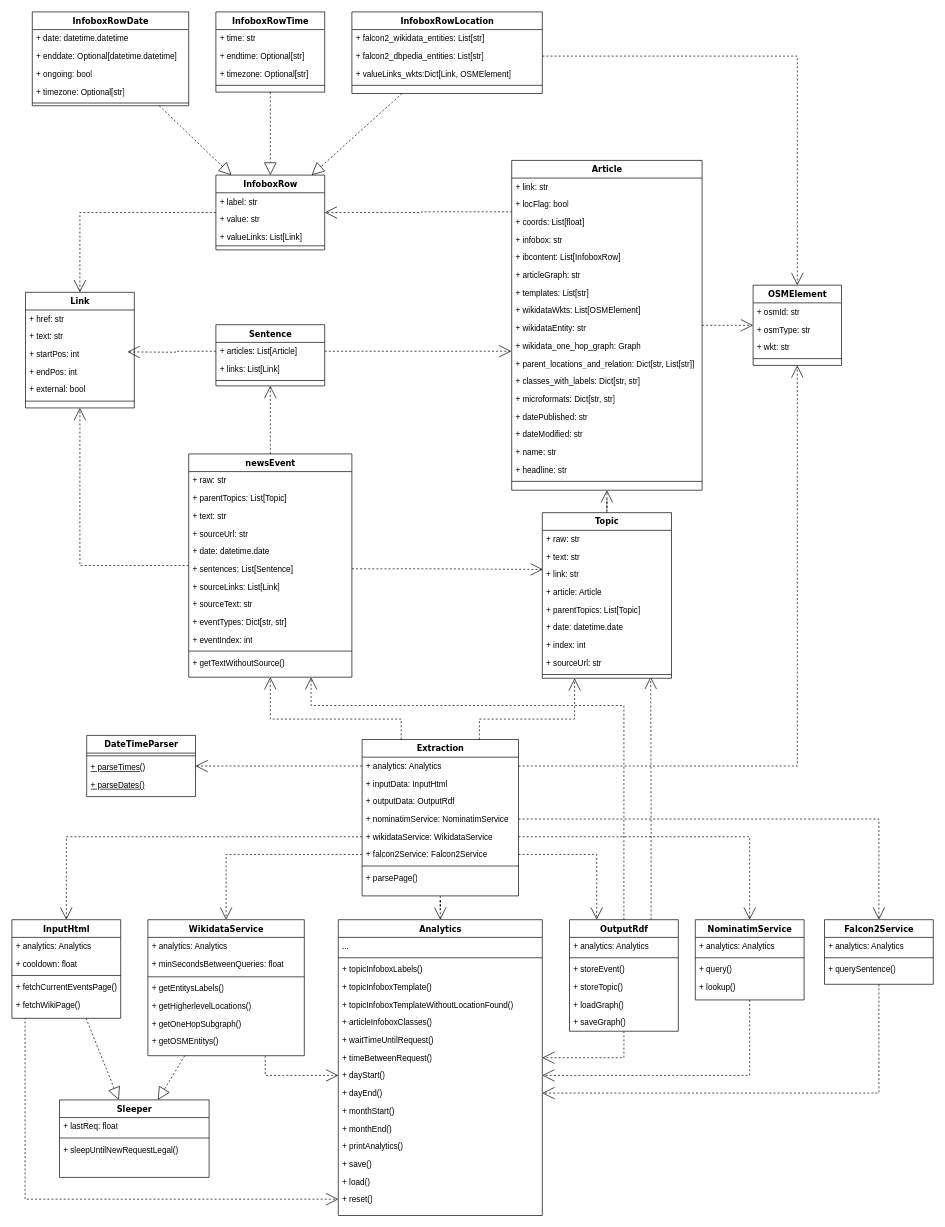
Before: docs/class_diagram.drawio in semantic-systems/current-events-to-kg, a draw.io diagram. Source tidied: cells renumbered, new cells numbered last; positions are measured from the earlier drawing's top-left corner, leaving out a move shared by most shapes. Both pictures are drawn from the tidied source at 68%, with x=0, y=0 at pixel (12, 12).
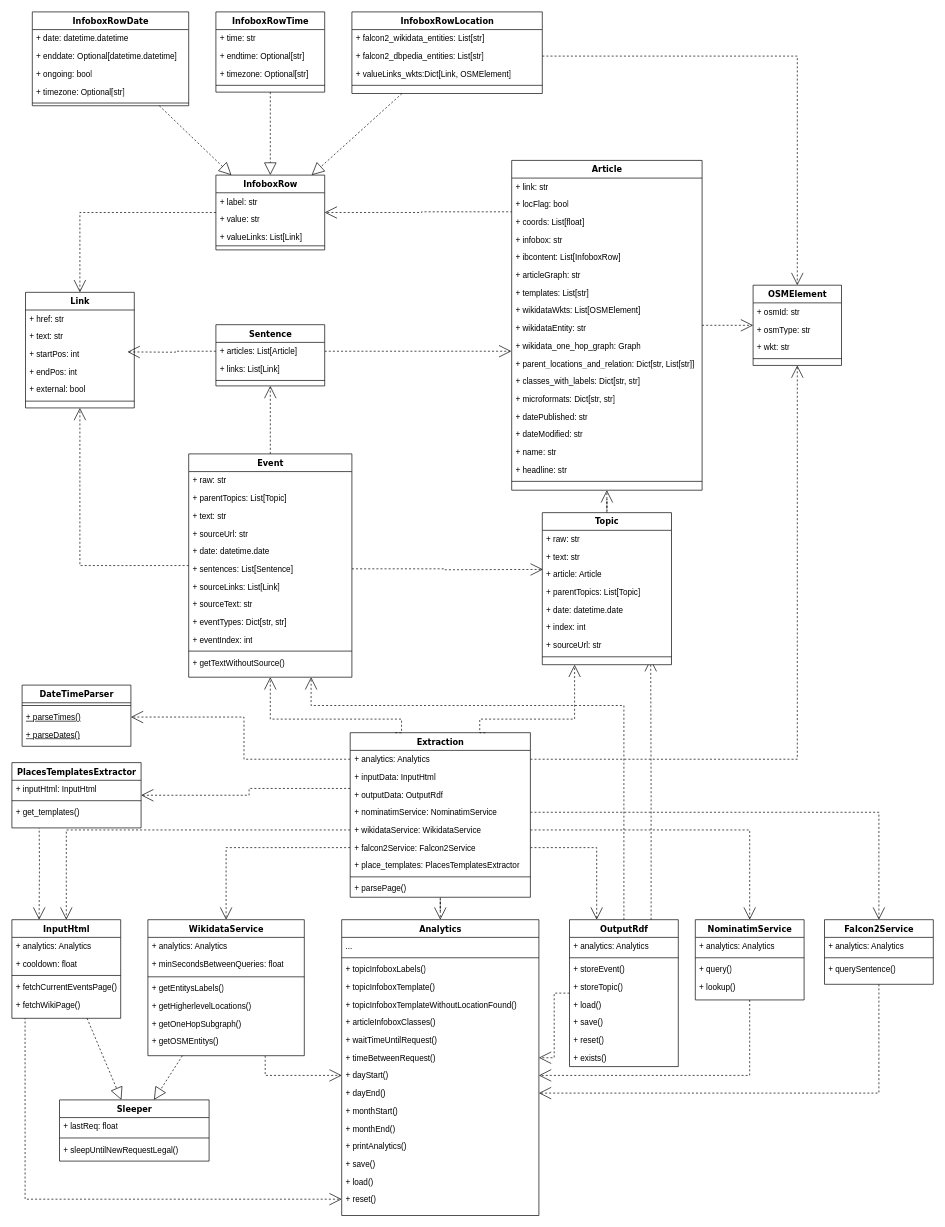
Above is the later version.

The change refers to these unchanged cells:
```xml
<mxCell id="49" value="InputHtml" style="swimlane;html=1;fontStyle=1;align=center;verticalAlign=top;horizontal=1;startSize=26;swimlaneFillColor=#ffffff;rounded=0;shadow=0;comic=0;labelBackgroundColor=none;strokeWidth=1;fillColor=none;fontFamily=Verdana;fontSize=12;" parent="1" vertex="1">
  <mxGeometry y="1335" width="160" height="145" as="geometry" />
</mxCell>
<mxCell id="122" value="+ sentences: List[Sentence]" style="text;html=1;strokeColor=none;fillColor=none;align=left;verticalAlign=top;spacingLeft=4;spacingRight=4;whiteSpace=wrap;overflow=hidden;points=[[0,0.5],[1,0.5]];portConstraint=eastwest;" parent="116" vertex="1">
  <mxGeometry y="156" width="240" height="26" as="geometry" />
</mxCell>
<mxCell id="168" value="&lt;u&gt;+ parseTimes()&lt;/u&gt;" style="text;html=1;strokeColor=none;fillColor=none;align=left;verticalAlign=top;spacingLeft=4;spacingRight=4;whiteSpace=wrap;overflow=hidden;points=[[0,0.5],[1,0.5]];portConstraint=eastwest;" parent="166" vertex="1">
  <mxGeometry y="34" width="160" height="26" as="geometry" />
</mxCell>
```

The edit, as a diff of the source:
```diff
@@
     <mxCell id="5" value="OutputRdf" style="swimlane;html=1;fontStyle=1;align=center;verticalAlign=top;horizontal=1;startSize=26;swimlaneFillColor=#ffffff;rounded=0;shadow=0;comic=0;labelBackgroundColor=none;strokeWidth=1;fillColor=none;fontFamily=Verdana;fontSize=12;" parent="1" vertex="1">
-      <mxGeometry x="820" y="1335" width="160" height="164" as="geometry" />
+      <mxGeometry x="820" y="1335" width="160" height="216" as="geometry" />
     </mxCell>
@@
-    <mxCell id="10" value="+ loadGraph()" style="text;html=1;strokeColor=none;fillColor=none;align=left;verticalAlign=top;spacingLeft=4;spacingRight=4;whiteSpace=wrap;overflow=hidden;" parent="5" vertex="1">
+    <mxCell id="10" value="+ load()" style="text;html=1;strokeColor=none;fillColor=none;align=left;verticalAlign=top;spacingLeft=4;spacingRight=4;whiteSpace=wrap;overflow=hidden;" parent="5" vertex="1">
       <mxGeometry y="112" width="160" height="26" as="geometry" />
     </mxCell>
+    <mxCell id="177" value="+ save()" style="text;html=1;strokeColor=none;fillColor=none;align=left;verticalAlign=top;spacingLeft=4;spacingRight=4;whiteSpace=wrap;overflow=hidden;" parent="5" vertex="1">
+      <mxGeometry y="138" width="160" height="26" as="geometry" />
+    </mxCell>
+    <mxCell id="178" value="+ reset()" style="text;html=1;strokeColor=none;fillColor=none;align=left;verticalAlign=top;spacingLeft=4;spacingRight=4;whiteSpace=wrap;overflow=hidden;" parent="5" vertex="1">
+      <mxGeometry y="164" width="160" height="26" as="geometry" />
+    </mxCell>
-    <mxCell id="11" value="+ saveGraph()" style="text;html=1;strokeColor=none;fillColor=none;align=left;verticalAlign=top;spacingLeft=4;spacingRight=4;whiteSpace=wrap;overflow=hidden;" parent="5" vertex="1">
-      <mxGeometry y="138" width="160" height="26" as="geometry" />
+    <mxCell id="11" value="+ exists()" style="text;html=1;strokeColor=none;fillColor=none;align=left;verticalAlign=top;spacingLeft=4;spacingRight=4;whiteSpace=wrap;overflow=hidden;" parent="5" vertex="1">
+      <mxGeometry y="190" width="160" height="26" as="geometry" />
     </mxCell>
@@
-    <mxCell id="18" style="edgeStyle=orthogonalEdgeStyle;shape=connector;rounded=0;jettySize=auto;html=1;dashed=1;labelBackgroundColor=none;strokeColor=default;fontFamily=Verdana;fontSize=12;fontColor=default;startArrow=none;startFill=0;endArrow=open;endFill=0;startSize=8;endSize=16;exitX=0;exitY=0.5;exitDx=0;exitDy=0;" parent="1" edge="1" source="23" target="166">
+    <mxCell id="18" style="edgeStyle=orthogonalEdgeStyle;shape=connector;rounded=0;jettySize=auto;html=1;dashed=1;labelBackgroundColor=none;strokeColor=default;fontFamily=Verdana;fontSize=12;fontColor=default;startArrow=none;startFill=0;endArrow=open;endFill=0;startSize=8;endSize=16;exitX=0;exitY=0.5;exitDx=0;exitDy=0;entryX=1;entryY=0.5;entryDx=0;entryDy=0;" parent="1" edge="1" source="23" target="168">
       <mxGeometry relative="1" as="geometry" />
     </mxCell>
@@
     <mxCell id="22" value="Extraction" style="swimlane;html=1;fontStyle=1;align=center;verticalAlign=top;horizontal=1;startSize=26;swimlaneFillColor=#ffffff;rounded=0;shadow=0;comic=0;labelBackgroundColor=none;strokeWidth=1;fillColor=none;fontFamily=Verdana;fontSize=12;" parent="1" vertex="1">
-      <mxGeometry x="515" y="1070" width="230" height="230" as="geometry" />
+      <mxGeometry x="497.5" y="1060" width="265" height="242" as="geometry" />
     </mxCell>
     <mxCell id="23" value="+ analytics: Analytics" style="text;html=1;strokeColor=none;fillColor=none;align=left;verticalAlign=top;spacingLeft=4;spacingRight=4;whiteSpace=wrap;overflow=hidden;points=[[0,0.5],[1,0.5]];portConstraint=eastwest;" parent="22" vertex="1">
-      <mxGeometry y="26" width="230" height="26" as="geometry" />
+      <mxGeometry y="26" width="265" height="26" as="geometry" />
     </mxCell>
     <mxCell id="24" value="+ inputData: InputHtml" style="text;html=1;strokeColor=none;fillColor=none;align=left;verticalAlign=top;spacingLeft=4;spacingRight=4;whiteSpace=wrap;overflow=hidden;" parent="22" vertex="1">
-      <mxGeometry y="52" width="230" height="26" as="geometry" />
+      <mxGeometry y="52" width="265" height="26" as="geometry" />
     </mxCell>
     <mxCell id="25" value="+ outputData: OutputRdf" style="text;html=1;strokeColor=none;fillColor=none;align=left;verticalAlign=top;spacingLeft=4;spacingRight=4;whiteSpace=wrap;overflow=hidden;points=[[0,0.5],[1,0.5]];portConstraint=eastwest;" parent="22" vertex="1">
-      <mxGeometry y="78" width="230" height="26" as="geometry" />
+      <mxGeometry y="78" width="265" height="26" as="geometry" />
     </mxCell>
     <mxCell id="26" value="+ nominatimService: NominatimService" style="text;html=1;strokeColor=none;fillColor=none;align=left;verticalAlign=top;spacingLeft=4;spacingRight=4;whiteSpace=wrap;overflow=hidden;points=[[0,0.5],[1,0.5]];portConstraint=eastwest;" parent="22" vertex="1">
-      <mxGeometry y="104" width="230" height="26" as="geometry" />
+      <mxGeometry y="104" width="265" height="26" as="geometry" />
     </mxCell>
     <mxCell id="27" value="+ wikidataService: WikidataService" style="text;html=1;strokeColor=none;fillColor=none;align=left;verticalAlign=top;spacingLeft=4;spacingRight=4;whiteSpace=wrap;overflow=hidden;points=[[0,0.5],[1,0.5]];portConstraint=eastwest;" parent="22" vertex="1">
-      <mxGeometry y="130" width="230" height="26" as="geometry" />
+      <mxGeometry y="130" width="265" height="26" as="geometry" />
     </mxCell>
     <mxCell id="28" value="+ falcon2Service: Falcon2Service" style="text;html=1;strokeColor=none;fillColor=none;align=left;verticalAlign=top;spacingLeft=4;spacingRight=4;whiteSpace=wrap;overflow=hidden;points=[[0,0.5],[1,0.5]];portConstraint=eastwest;" parent="22" vertex="1">
-      <mxGeometry y="156" width="230" height="26" as="geometry" />
+      <mxGeometry y="156" width="265" height="26" as="geometry" />
     </mxCell>
+    <mxCell id="179" value="+ place_templates: PlacesTemplatesExtractor" style="text;html=1;strokeColor=none;fillColor=none;align=left;verticalAlign=top;spacingLeft=4;spacingRight=4;whiteSpace=wrap;overflow=hidden;" parent="22" vertex="1">
+      <mxGeometry y="182" width="265" height="26" as="geometry" />
+    </mxCell>
     <mxCell id="29" style="line;html=1;strokeWidth=1;fillColor=none;align=left;verticalAlign=middle;spacingTop=-1;spacingLeft=3;spacingRight=3;labelPosition=right;" parent="22" vertex="1">
-      <mxGeometry y="182" width="230" height="8" as="geometry" />
+      <mxGeometry y="208" width="265" height="8" as="geometry" />
     </mxCell>
     <mxCell id="30" value="+ parsePage()" style="text;html=1;strokeColor=none;fillColor=none;align=left;verticalAlign=top;spacingLeft=4;spacingRight=4;whiteSpace=wrap;overflow=hidden;" parent="22" vertex="1">
-      <mxGeometry y="190" width="230" height="26" as="geometry" />
+      <mxGeometry y="216" width="265" height="26" as="geometry" />
     </mxCell>
     <mxCell id="31" value="Analytics" style="swimlane;html=1;fontStyle=1;align=center;verticalAlign=top;horizontal=1;startSize=26;swimlaneFillColor=#ffffff;rounded=0;shadow=0;comic=0;labelBackgroundColor=none;strokeWidth=1;fillColor=none;fontFamily=Verdana;fontSize=12;" parent="1" vertex="1">
-      <mxGeometry x="480" y="1335" width="300" height="435" as="geometry" />
+      <mxGeometry x="485" y="1335" width="290" height="435" as="geometry" />
     </mxCell>
     <mxCell id="32" value="..." style="text;html=1;strokeColor=none;fillColor=none;align=left;verticalAlign=top;spacingLeft=4;spacingRight=4;whiteSpace=wrap;overflow=hidden;" parent="31" vertex="1">
-      <mxGeometry y="26" width="300" height="26" as="geometry" />
+      <mxGeometry y="26" width="290" height="26" as="geometry" />
     </mxCell>
     <mxCell id="33" style="line;html=1;strokeWidth=1;fillColor=none;align=left;verticalAlign=middle;spacingTop=-1;spacingLeft=3;spacingRight=3;labelPosition=right;" parent="31" vertex="1">
-      <mxGeometry y="52" width="300" height="8" as="geometry" />
+      <mxGeometry y="52" width="290" height="8" as="geometry" />
     </mxCell>
     <mxCell id="34" value="+ topicInfoboxLabels()" style="text;html=1;strokeColor=none;fillColor=none;align=left;verticalAlign=top;spacingLeft=4;spacingRight=4;whiteSpace=wrap;overflow=hidden;" parent="31" vertex="1">
-      <mxGeometry y="60" width="300" height="26" as="geometry" />
+      <mxGeometry y="60" width="290" height="26" as="geometry" />
     </mxCell>
     <mxCell id="35" value="+ topicInfoboxTemplate()" style="text;html=1;strokeColor=none;fillColor=none;align=left;verticalAlign=top;spacingLeft=4;spacingRight=4;whiteSpace=wrap;overflow=hidden;" parent="31" vertex="1">
-      <mxGeometry y="86" width="300" height="26" as="geometry" />
+      <mxGeometry y="86" width="290" height="26" as="geometry" />
     </mxCell>
     <mxCell id="36" value="+ topicInfoboxTemplateWithoutLocationFound()" style="text;html=1;strokeColor=none;fillColor=none;align=left;verticalAlign=top;spacingLeft=4;spacingRight=4;whiteSpace=wrap;overflow=hidden;" parent="31" vertex="1">
-      <mxGeometry y="112" width="300" height="26" as="geometry" />
+      <mxGeometry y="112" width="290" height="26" as="geometry" />
     </mxCell>
     <mxCell id="37" value="+ articleInfoboxClasses()" style="text;html=1;strokeColor=none;fillColor=none;align=left;verticalAlign=top;spacingLeft=4;spacingRight=4;whiteSpace=wrap;overflow=hidden;" parent="31" vertex="1">
-      <mxGeometry y="138" width="300" height="26" as="geometry" />
+      <mxGeometry y="138" width="290" height="26" as="geometry" />
     </mxCell>
     <mxCell id="38" value="+ waitTimeUntilRequest()" style="text;html=1;strokeColor=none;fillColor=none;align=left;verticalAlign=top;spacingLeft=4;spacingRight=4;whiteSpace=wrap;overflow=hidden;" parent="31" vertex="1">
-      <mxGeometry y="164" width="300" height="26" as="geometry" />
+      <mxGeometry y="164" width="290" height="26" as="geometry" />
     </mxCell>
     <mxCell id="39" value="+ timeBetweenRequest()" style="text;html=1;strokeColor=none;fillColor=none;align=left;verticalAlign=top;spacingLeft=4;spacingRight=4;whiteSpace=wrap;overflow=hidden;points=[[0,0.5],[1,0.5]];portConstraint=eastwest;" parent="31" vertex="1">
-      <mxGeometry y="190" width="300" height="26" as="geometry" />
+      <mxGeometry y="190" width="290" height="26" as="geometry" />
     </mxCell>
     <mxCell id="40" value="+ dayStart()" style="text;html=1;strokeColor=none;fillColor=none;align=left;verticalAlign=top;spacingLeft=4;spacingRight=4;whiteSpace=wrap;overflow=hidden;points=[[0,0.5],[1,0.5]];portConstraint=eastwest;" parent="31" vertex="1">
-      <mxGeometry y="216" width="300" height="26" as="geometry" />
+      <mxGeometry y="216" width="290" height="26" as="geometry" />
     </mxCell>
     <mxCell id="41" value="+ dayEnd()" style="text;html=1;strokeColor=none;fillColor=none;align=left;verticalAlign=top;spacingLeft=4;spacingRight=4;whiteSpace=wrap;overflow=hidden;points=[[0,0.5],[1,0.5]];portConstraint=eastwest;" parent="31" vertex="1">
-      <mxGeometry y="242" width="300" height="26" as="geometry" />
+      <mxGeometry y="242" width="290" height="26" as="geometry" />
     </mxCell>
     <mxCell id="42" value="+ monthStart()" style="text;html=1;strokeColor=none;fillColor=none;align=left;verticalAlign=top;spacingLeft=4;spacingRight=4;whiteSpace=wrap;overflow=hidden;" parent="31" vertex="1">
-      <mxGeometry y="268" width="300" height="26" as="geometry" />
+      <mxGeometry y="268" width="290" height="26" as="geometry" />
     </mxCell>
     <mxCell id="43" value="+ monthEnd()" style="text;html=1;strokeColor=none;fillColor=none;align=left;verticalAlign=top;spacingLeft=4;spacingRight=4;whiteSpace=wrap;overflow=hidden;" parent="31" vertex="1">
-      <mxGeometry y="294" width="300" height="26" as="geometry" />
+      <mxGeometry y="294" width="290" height="26" as="geometry" />
     </mxCell>
     <mxCell id="44" value="+ printAnalytics()" style="text;html=1;strokeColor=none;fillColor=none;align=left;verticalAlign=top;spacingLeft=4;spacingRight=4;whiteSpace=wrap;overflow=hidden;" parent="31" vertex="1">
-      <mxGeometry y="320" width="300" height="26" as="geometry" />
+      <mxGeometry y="320" width="290" height="26" as="geometry" />
     </mxCell>
     <mxCell id="45" value="+ save()" style="text;html=1;strokeColor=none;fillColor=none;align=left;verticalAlign=top;spacingLeft=4;spacingRight=4;whiteSpace=wrap;overflow=hidden;" parent="31" vertex="1">
-      <mxGeometry y="346" width="300" height="26" as="geometry" />
+      <mxGeometry y="346" width="290" height="26" as="geometry" />
     </mxCell>
     <mxCell id="46" value="+ load()" style="text;html=1;strokeColor=none;fillColor=none;align=left;verticalAlign=top;spacingLeft=4;spacingRight=4;whiteSpace=wrap;overflow=hidden;" parent="31" vertex="1">
-      <mxGeometry y="372" width="300" height="26" as="geometry" />
+      <mxGeometry y="372" width="290" height="26" as="geometry" />
     </mxCell>
     <mxCell id="47" value="+ reset()" style="text;html=1;strokeColor=none;fillColor=none;align=left;verticalAlign=top;spacingLeft=4;spacingRight=4;whiteSpace=wrap;overflow=hidden;points=[[0,0.5],[1,0.5]];portConstraint=eastwest;" parent="31" vertex="1">
-      <mxGeometry y="398" width="300" height="26" as="geometry" />
+      <mxGeometry y="398" width="290" height="26" as="geometry" />
     </mxCell>
@@
     <mxCell id="97" value="Topic" style="swimlane;html=1;fontStyle=1;align=center;verticalAlign=top;horizontal=1;startSize=26;swimlaneFillColor=#ffffff;rounded=0;shadow=0;comic=0;labelBackgroundColor=none;strokeWidth=1;fillColor=none;fontFamily=Verdana;fontSize=12;" parent="1" vertex="1">
-      <mxGeometry x="780" y="736.4" width="190" height="243.6" as="geometry" />
+      <mxGeometry x="780" y="736.4" width="190" height="223.6" as="geometry" />
     </mxCell>
@@
-    <mxCell id="100" value="+ link: str" style="text;html=1;strokeColor=none;fillColor=none;align=left;verticalAlign=top;spacingLeft=4;spacingRight=4;whiteSpace=wrap;overflow=hidden;points=[[0,0.5],[1,0.5]];portConstraint=eastwest;" parent="97" vertex="1">
-      <mxGeometry y="78" width="190" height="26" as="geometry" />
-    </mxCell>
     <mxCell id="101" value="+ article: Article" style="text;html=1;strokeColor=none;fillColor=none;align=left;verticalAlign=top;spacingLeft=4;spacingRight=4;whiteSpace=wrap;overflow=hidden;" parent="97" vertex="1">
-      <mxGeometry y="104" width="190" height="26" as="geometry" />
+      <mxGeometry y="78" width="190" height="26" as="geometry" />
     </mxCell>
     <mxCell id="102" value="+ parentTopics: List[Topic]" style="text;html=1;strokeColor=none;fillColor=none;align=left;verticalAlign=top;spacingLeft=4;spacingRight=4;whiteSpace=wrap;overflow=hidden;" parent="97" vertex="1">
-      <mxGeometry y="130" width="190" height="26" as="geometry" />
+      <mxGeometry y="104" width="190" height="26" as="geometry" />
     </mxCell>
     <mxCell id="103" value="+ date: datetime.date" style="text;html=1;strokeColor=none;fillColor=none;align=left;verticalAlign=top;spacingLeft=4;spacingRight=4;whiteSpace=wrap;overflow=hidden;" parent="97" vertex="1">
-      <mxGeometry y="156" width="190" height="26" as="geometry" />
+      <mxGeometry y="130" width="190" height="26" as="geometry" />
     </mxCell>
     <mxCell id="104" value="+ index: int" style="text;html=1;strokeColor=none;fillColor=none;align=left;verticalAlign=top;spacingLeft=4;spacingRight=4;whiteSpace=wrap;overflow=hidden;" parent="97" vertex="1">
-      <mxGeometry y="182" width="190" height="26" as="geometry" />
+      <mxGeometry y="156" width="190" height="26" as="geometry" />
     </mxCell>
     <mxCell id="105" value="+ sourceUrl: str" style="text;html=1;strokeColor=none;fillColor=none;align=left;verticalAlign=top;spacingLeft=4;spacingRight=4;whiteSpace=wrap;overflow=hidden;" parent="97" vertex="1">
-      <mxGeometry y="208" width="190" height="26" as="geometry" />
+      <mxGeometry y="182" width="190" height="26" as="geometry" />
     </mxCell>
     <mxCell id="106" style="line;html=1;strokeWidth=1;fillColor=none;align=left;verticalAlign=middle;spacingTop=-1;spacingLeft=3;spacingRight=3;labelPosition=right;points=[];portConstraint=eastwest;" parent="97" vertex="1">
-      <mxGeometry y="234" width="190" height="8" as="geometry" />
+      <mxGeometry y="208" width="190" height="8" as="geometry" />
     </mxCell>
@@
-    <mxCell id="113" style="edgeStyle=orthogonalEdgeStyle;shape=connector;rounded=0;jettySize=auto;html=1;dashed=1;labelBackgroundColor=none;strokeColor=default;fontFamily=Verdana;fontSize=12;fontColor=default;startArrow=none;startFill=0;endArrow=open;endFill=0;startSize=8;endSize=16;entryX=0.004;entryY=0.212;entryDx=0;entryDy=0;entryPerimeter=0;exitX=1;exitY=0.5;exitDx=0;exitDy=0;" parent="1" edge="1" source="122" target="100">
-      <mxGeometry relative="1" as="geometry" />
+    <mxCell id="113" style="edgeStyle=orthogonalEdgeStyle;shape=connector;rounded=0;jettySize=auto;html=1;dashed=1;labelBackgroundColor=none;strokeColor=default;fontFamily=Verdana;fontSize=12;fontColor=default;startArrow=none;startFill=0;endArrow=open;endFill=0;startSize=8;endSize=16;entryX=0.004;entryY=0.212;entryDx=0;entryDy=0;entryPerimeter=0;exitX=1;exitY=0.5;exitDx=0;exitDy=0;" parent="1" edge="1" source="122">
+      <mxGeometry relative="1" as="geometry">
+        <mxPoint x="780.8" y="819.9" as="targetPoint" />
+      </mxGeometry>
     </mxCell>
@@
-    <mxCell id="116" value="newsEvent" style="swimlane;html=1;fontStyle=1;align=center;verticalAlign=top;horizontal=1;startSize=26;swimlaneFillColor=#ffffff;rounded=0;shadow=0;comic=0;labelBackgroundColor=none;strokeWidth=1;fillColor=none;fontFamily=Verdana;fontSize=12;" parent="1" vertex="1">
+    <mxCell id="116" value="Event" style="swimlane;html=1;fontStyle=1;align=center;verticalAlign=top;horizontal=1;startSize=26;swimlaneFillColor=#ffffff;rounded=0;shadow=0;comic=0;labelBackgroundColor=none;strokeWidth=1;fillColor=none;fontFamily=Verdana;fontSize=12;" parent="1" vertex="1">
       <mxGeometry x="260" y="650" width="240" height="328.4" as="geometry" />
     </mxCell>
@@
     <mxCell id="166" value="DateTimeParser" style="swimlane;html=1;fontStyle=1;align=center;verticalAlign=top;horizontal=1;startSize=26;swimlaneFillColor=#ffffff;rounded=0;shadow=0;comic=0;labelBackgroundColor=none;strokeWidth=1;fillColor=none;fontFamily=Verdana;fontSize=12;" parent="1" vertex="1">
-      <mxGeometry x="110" y="1064" width="160" height="90" as="geometry" />
+      <mxGeometry x="15" y="990" width="160" height="90" as="geometry" />
     </mxCell>
@@
     <mxCell id="170" value="Sleeper" style="swimlane;html=1;fontStyle=1;align=center;verticalAlign=top;horizontal=1;startSize=26;swimlaneFillColor=#ffffff;rounded=0;shadow=0;comic=0;labelBackgroundColor=none;strokeWidth=1;fillColor=none;fontFamily=Verdana;fontSize=12;" parent="1" vertex="1">
-      <mxGeometry x="70" y="1600" width="220" height="114" as="geometry" />
+      <mxGeometry x="70" y="1600" width="220" height="90" as="geometry" />
     </mxCell>
@@
     <mxCell id="173" value="+ sleepUntilNewRequestLegal()" style="text;html=1;strokeColor=none;fillColor=none;align=left;verticalAlign=top;spacingLeft=4;spacingRight=4;whiteSpace=wrap;overflow=hidden;" parent="170" vertex="1">
-      <mxGeometry y="60" width="220" height="54" as="geometry" />
+      <mxGeometry y="60" width="220" height="30" as="geometry" />
     </mxCell>
@@
+    <mxCell id="180" style="edgeStyle=orthogonalEdgeStyle;shape=connector;rounded=0;jettySize=auto;html=1;entryX=0.25;entryY=0;entryDx=0;entryDy=0;dashed=1;labelBackgroundColor=none;strokeColor=default;fontFamily=Verdana;fontSize=12;fontColor=default;startArrow=none;startFill=0;endArrow=open;endFill=0;startSize=8;endSize=16;" parent="1" edge="1" target="49">
+      <mxGeometry relative="1" as="geometry">
+        <mxPoint x="40" y="1180" as="sourcePoint" />
+      </mxGeometry>
+    </mxCell>
+    <mxCell id="181" value="PlacesTemplatesExtractor" style="swimlane;html=1;fontStyle=1;align=center;verticalAlign=top;horizontal=1;startSize=26;swimlaneFillColor=#ffffff;rounded=0;shadow=0;comic=0;labelBackgroundColor=none;strokeWidth=1;fillColor=none;fontFamily=Verdana;fontSize=12;" parent="1" vertex="1">
+      <mxGeometry y="1104" width="190" height="96" as="geometry" />
+    </mxCell>
+    <mxCell id="182" value="+ inputHtml: InputHtml" style="text;html=1;strokeColor=none;fillColor=none;align=left;verticalAlign=top;spacingLeft=4;spacingRight=4;whiteSpace=wrap;overflow=hidden;" parent="181" vertex="1">
+      <mxGeometry y="26" width="190" height="26" as="geometry" />
+    </mxCell>
+    <mxCell id="183" style="line;html=1;strokeWidth=1;fillColor=none;align=left;verticalAlign=middle;spacingTop=-1;spacingLeft=3;spacingRight=3;labelPosition=right;" parent="181" vertex="1">
+      <mxGeometry y="52" width="190" height="8" as="geometry" />
+    </mxCell>
+    <mxCell id="184" value="+ get_templates()" style="text;html=1;strokeColor=none;fillColor=none;align=left;verticalAlign=top;spacingLeft=4;spacingRight=4;whiteSpace=wrap;overflow=hidden;" parent="181" vertex="1">
+      <mxGeometry y="60" width="190" height="26" as="geometry" />
+    </mxCell>
+    <mxCell id="185" style="edgeStyle=orthogonalEdgeStyle;shape=connector;rounded=0;jettySize=auto;html=1;dashed=1;labelBackgroundColor=none;strokeColor=default;fontFamily=Verdana;fontSize=12;fontColor=default;startArrow=none;startFill=0;endArrow=open;endFill=0;startSize=8;endSize=16;exitX=0;exitY=0.154;exitDx=0;exitDy=0;exitPerimeter=0;" parent="1" edge="1" source="25" target="181">
+      <mxGeometry relative="1" as="geometry" />
+    </mxCell>
```
